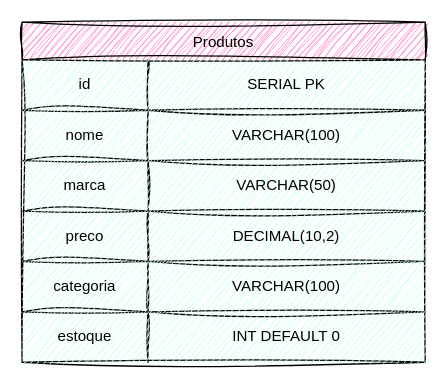
The draw.io diagram diagramas/produtos.drawio in mariabragaf/beautytech-BD, before the edit. Source tidied: cells renumbered, new cells numbered last; positions are measured from the earlier drawing's top-left corner, leaving out a move shared by most shapes. Both pictures are drawn from the tidied source at 126%, with x=0, y=0 at pixel (21, 21).
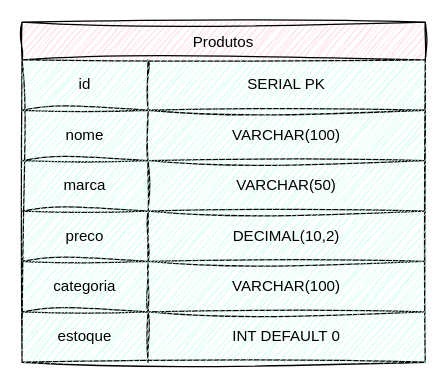
The same page after the edit.

Commit message:
Feat: cria Der na tabela produtos de bd

Diff of the diagram source:
```diff
@@
-    <mxCell id="2" value="Produtos" style="shape=table;startSize=30;childLayout=tableLayout;sketch=1;curveFitting=1;jiggle=2;fillColor=#FF66B3;" parent="1" vertex="1">
+    <mxCell id="2" value="Produtos" style="shape=table;startSize=30;childLayout=tableLayout;sketch=1;curveFitting=1;jiggle=2;fillColor=#FFCCE6;" parent="1" vertex="1">
       <mxGeometry width="320" height="270" as="geometry" />
     </mxCell>
```
